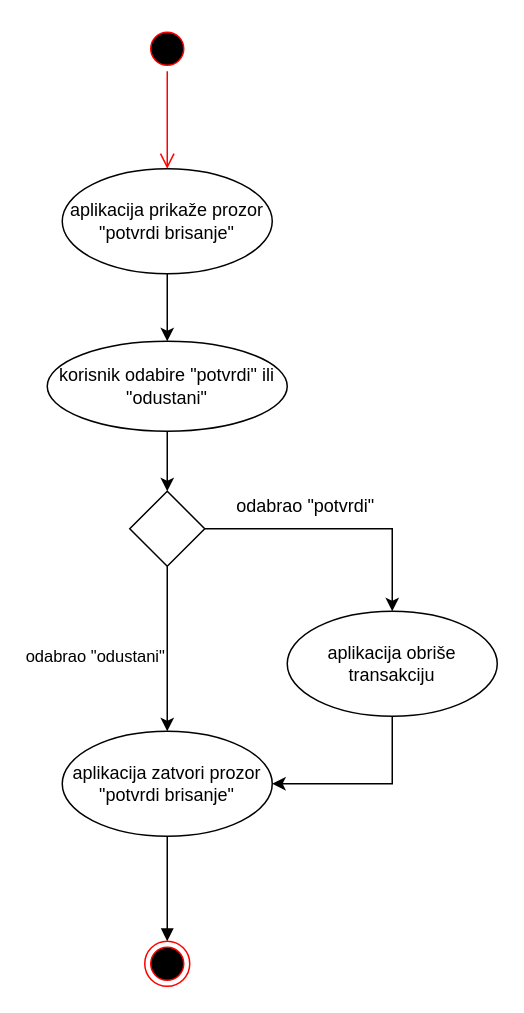
avucak/upi_20_budget keeps this draw.io diagram as page "Brisanje transakcije" (3 of 5) of doc/aktivnosti_transakcije.drawio. Above is the earlier version. Source tidied: cells renumbered, new cells numbered last; positions are measured from the earlier drawing's top-left corner, leaving out a move shared by most shapes. Both pictures are drawn from the tidied source at 150%, with x=0, y=0 at pixel (46, 26).
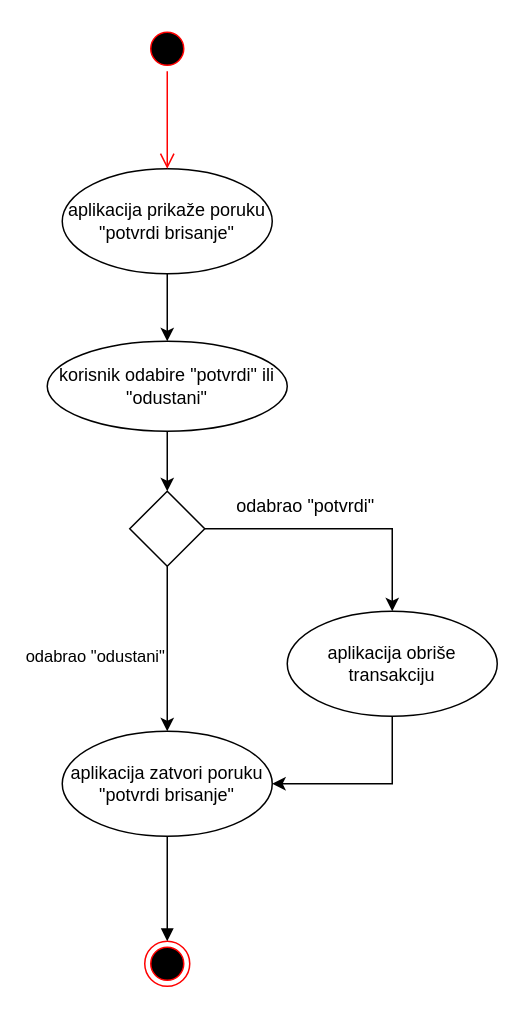
The same page after the edit.

Diff of the diagram source:
```diff
@@
 <mxGraphModel>
   <root>
     <mxCell id="0" />
     <mxCell id="1" parent="0" />
     <mxCell id="2" style="edgeStyle=orthogonalEdgeStyle;rounded=0;jettySize=auto;html=1;exitX=0.5;exitY=1;exitDx=0;exitDy=0;" parent="1" edge="1" source="3" target="5">
       <mxGeometry relative="1" as="geometry" />
     </mxCell>
-    <mxCell id="3" value="aplikacija prikaže prozor &quot;potvrdi brisanje&quot;" style="ellipse;whiteSpace=wrap;html=1;" parent="1" vertex="1">
+    <mxCell id="3" value="aplikacija prikaže poruku &quot;potvrdi brisanje&quot;" style="ellipse;whiteSpace=wrap;html=1;" parent="1" vertex="1">
       <mxGeometry x="10" y="95" width="140" height="70" as="geometry" />
     </mxCell>
     <mxCell id="4" style="edgeStyle=orthogonalEdgeStyle;rounded=0;jettySize=auto;html=1;exitX=0.5;exitY=1;exitDx=0;exitDy=0;" parent="1" edge="1" source="5" target="13">
       <mxGeometry relative="1" as="geometry" />
     </mxCell>
     <mxCell id="5" value="korisnik odabire &quot;potvrdi&quot; ili &quot;odustani&quot;" style="ellipse;whiteSpace=wrap;html=1;" parent="1" vertex="1">
       <mxGeometry y="210" width="160" height="60" as="geometry" />
     </mxCell>
     <mxCell id="6" style="edgeStyle=orthogonalEdgeStyle;rounded=0;jettySize=auto;html=1;exitX=0.5;exitY=1;exitDx=0;exitDy=0;entryX=1;entryY=0.5;entryDx=0;entryDy=0;" parent="1" edge="1" source="7" target="14">
       <mxGeometry relative="1" as="geometry" />
     </mxCell>
     <mxCell id="7" value="aplikacija obriše transakciju" style="ellipse;whiteSpace=wrap;html=1;" parent="1" vertex="1">
       <mxGeometry x="160" y="390" width="140" height="70" as="geometry" />
     </mxCell>
     <mxCell id="8" style="ellipse;html=1;shape=endState;fillColor=#000000;strokeColor=#ff0000;" parent="1" vertex="1">
       <mxGeometry x="65" y="610" width="30" height="30" as="geometry" />
     </mxCell>
     <mxCell id="9" style="ellipse;html=1;shape=startState;fillColor=#000000;strokeColor=#ff0000;" parent="1" vertex="1">
       <mxGeometry x="65" width="30" height="30" as="geometry" />
     </mxCell>
     <mxCell id="10" style="edgeStyle=orthogonalEdgeStyle;html=1;verticalAlign=bottom;endArrow=open;endSize=8;strokeColor=#ff0000;entryX=0.5;entryY=0;entryDx=0;entryDy=0;" parent="1" edge="1" source="9" target="3">
       <mxGeometry relative="1" as="geometry" />
     </mxCell>
     <mxCell id="11" value="odabrao &quot;odustani&quot;" style="edgeStyle=orthogonalEdgeStyle;rounded=0;jettySize=auto;html=1;exitX=0.5;exitY=1;exitDx=0;exitDy=0;exitPerimeter=0;" parent="1" edge="1" source="13" target="14">
       <mxGeometry x="0.09" y="-48" relative="1" as="geometry" />
     </mxCell>
     <mxCell id="12" style="edgeStyle=orthogonalEdgeStyle;rounded=0;jettySize=auto;html=1;exitX=1;exitY=0.5;exitDx=0;exitDy=0;exitPerimeter=0;entryX=0.5;entryY=0;entryDx=0;entryDy=0;" parent="1" edge="1" source="13" target="7">
       <mxGeometry relative="1" as="geometry" />
     </mxCell>
     <mxCell id="13" style="strokeWidth=1;html=1;shape=mxgraph.flowchart.decision;whiteSpace=wrap;" parent="1" vertex="1">
       <mxGeometry x="55" y="310" width="50" height="50" as="geometry" />
     </mxCell>
-    <mxCell id="14" value="aplikacija zatvori prozor &quot;potvrdi brisanje&quot;" style="ellipse;whiteSpace=wrap;html=1;strokeWidth=1;" parent="1" vertex="1">
+    <mxCell id="14" value="aplikacija zatvori poruku &quot;potvrdi brisanje&quot;" style="ellipse;whiteSpace=wrap;html=1;strokeWidth=1;" parent="1" vertex="1">
       <mxGeometry x="10" y="470" width="140" height="70" as="geometry" />
     </mxCell>
     <mxCell id="15" style="html=1;verticalAlign=bottom;endArrow=block;exitX=0.5;exitY=1;exitDx=0;exitDy=0;entryX=0.5;entryY=0;entryDx=0;entryDy=0;" parent="1" edge="1" source="14" target="8">
       <mxGeometry relative="1" as="geometry" />
     </mxCell>
     <mxCell id="16" value="odabrao &quot;potvrdi&quot;" style="text;html=1;align=center;verticalAlign=middle;" parent="1" vertex="1">
       <mxGeometry x="117" y="310" width="110" height="20" as="geometry" />
     </mxCell>
   </root>
 </mxGraphModel>
```
